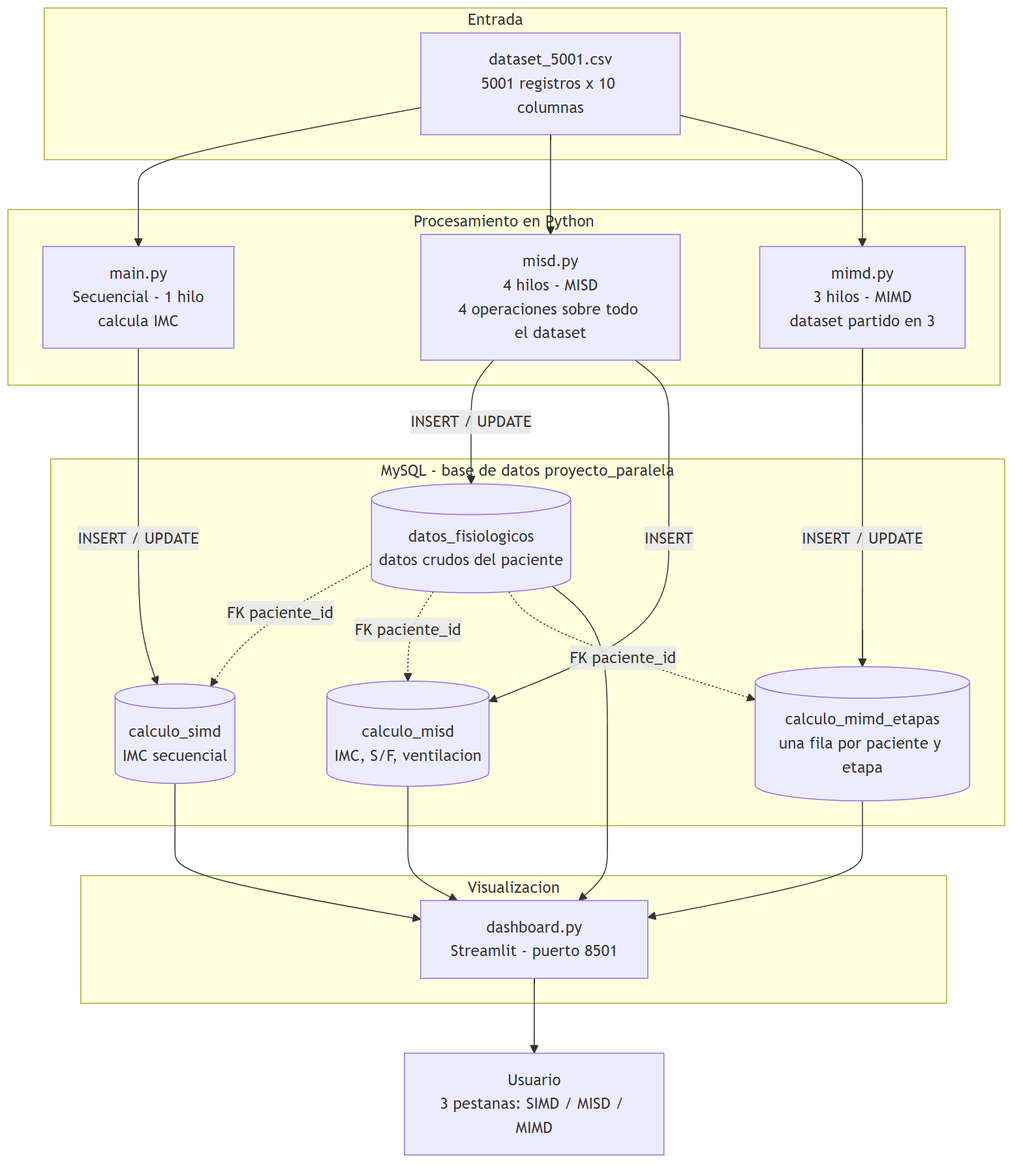
Above: diagramas/img/01-arquitectura-general.png in DTiupul/Proyecto_Computacion_Paralela (Mermaid), before the change. Its source is kept beside it as diagramas/01-arquitectura-general.mmd. The source it was exported from:
```mermaid
flowchart TB
    subgraph ENTRADA["Entrada"]
        CSV["dataset_5001.csv<br/>5001 registros x 10 columnas"]
    end

    subgraph PROC["Procesamiento en Python"]
        MAIN["main.py<br/>Secuencial - 1 hilo<br/>calcula IMC"]
        MISD["misd.py<br/>4 hilos - MISD<br/>4 operaciones sobre todo el dataset"]
        MIMD["mimd.py<br/>3 hilos - MIMD<br/>dataset partido en 3"]
    end

    subgraph BD["MySQL - base de datos proyecto_paralela"]
        DF[("datos_fisiologicos<br/>datos crudos del paciente")]
        CS[("calculo_simd<br/>IMC secuencial")]
        CM[("calculo_misd<br/>IMC, S/F, ventilacion")]
        CME[("calculo_mimd_etapas<br/>una fila por paciente y etapa")]
    end

    subgraph VIS["Visualizacion"]
        DASH["dashboard.py<br/>Streamlit - puerto 8501"]
    end

    CSV --> MAIN
    CSV --> MISD
    CSV --> MIMD

    MISD -->|"INSERT / UPDATE"| DF
    MISD -->|"INSERT"| CM
    MAIN -->|"INSERT / UPDATE"| CS
    MIMD -->|"INSERT / UPDATE"| CME

    DF -.->|"FK paciente_id"| CS
    DF -.->|"FK paciente_id"| CM
    DF -.->|"FK paciente_id"| CME

    DF --> DASH
    CS --> DASH
    CM --> DASH
    CME --> DASH

    DASH --> USR["Usuario<br/>3 pestanas: SIMD / MISD / MIMD"]
```
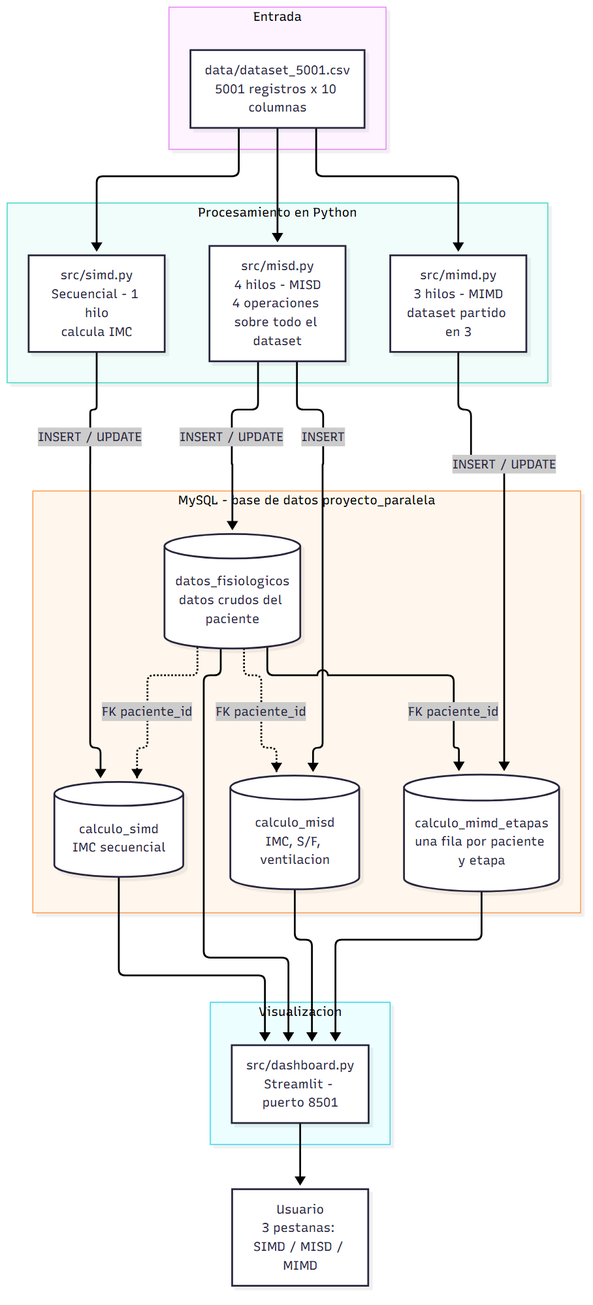
After the change.

Change to the diagram source:
```diff
@@ -1,12 +1,12 @@
 flowchart TB
     subgraph ENTRADA["Entrada"]
-        CSV["dataset_5001.csv<br/>5001 registros x 10 columnas"]
+        CSV["data/dataset_5001.csv<br/>5001 registros x 10 columnas"]
     end
 
     subgraph PROC["Procesamiento en Python"]
-        MAIN["main.py<br/>Secuencial - 1 hilo<br/>calcula IMC"]
-        MISD["misd.py<br/>4 hilos - MISD<br/>4 operaciones sobre todo el dataset"]
-        MIMD["mimd.py<br/>3 hilos - MIMD<br/>dataset partido en 3"]
+        SIMD["src/simd.py<br/>Secuencial - 1 hilo<br/>calcula IMC"]
+        MISD["src/misd.py<br/>4 hilos - MISD<br/>4 operaciones sobre todo el dataset"]
+        MIMD["src/mimd.py<br/>3 hilos - MIMD<br/>dataset partido en 3"]
     end
 
     subgraph BD["MySQL - base de datos proyecto_paralela"]
@@ -17,16 +17,16 @@
     end
 
     subgraph VIS["Visualizacion"]
-        DASH["dashboard.py<br/>Streamlit - puerto 8501"]
+        DASH["src/dashboard.py<br/>Streamlit - puerto 8501"]
     end
 
-    CSV --> MAIN
+    CSV --> SIMD
     CSV --> MISD
     CSV --> MIMD
 
     MISD -->|"INSERT / UPDATE"| DF
     MISD -->|"INSERT"| CM
-    MAIN -->|"INSERT / UPDATE"| CS
+    SIMD -->|"INSERT / UPDATE"| CS
     MIMD -->|"INSERT / UPDATE"| CME
 
     DF -.->|"FK paciente_id"| CS
```
